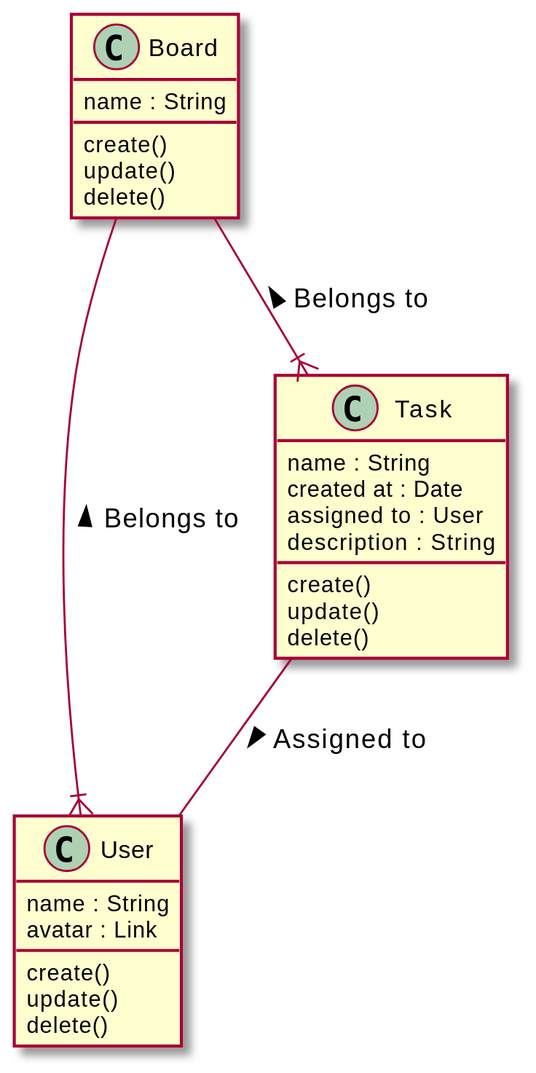
Earlier version of the PlantUML export uml/to_do_board.svg (HFMIRE/To-do-list).
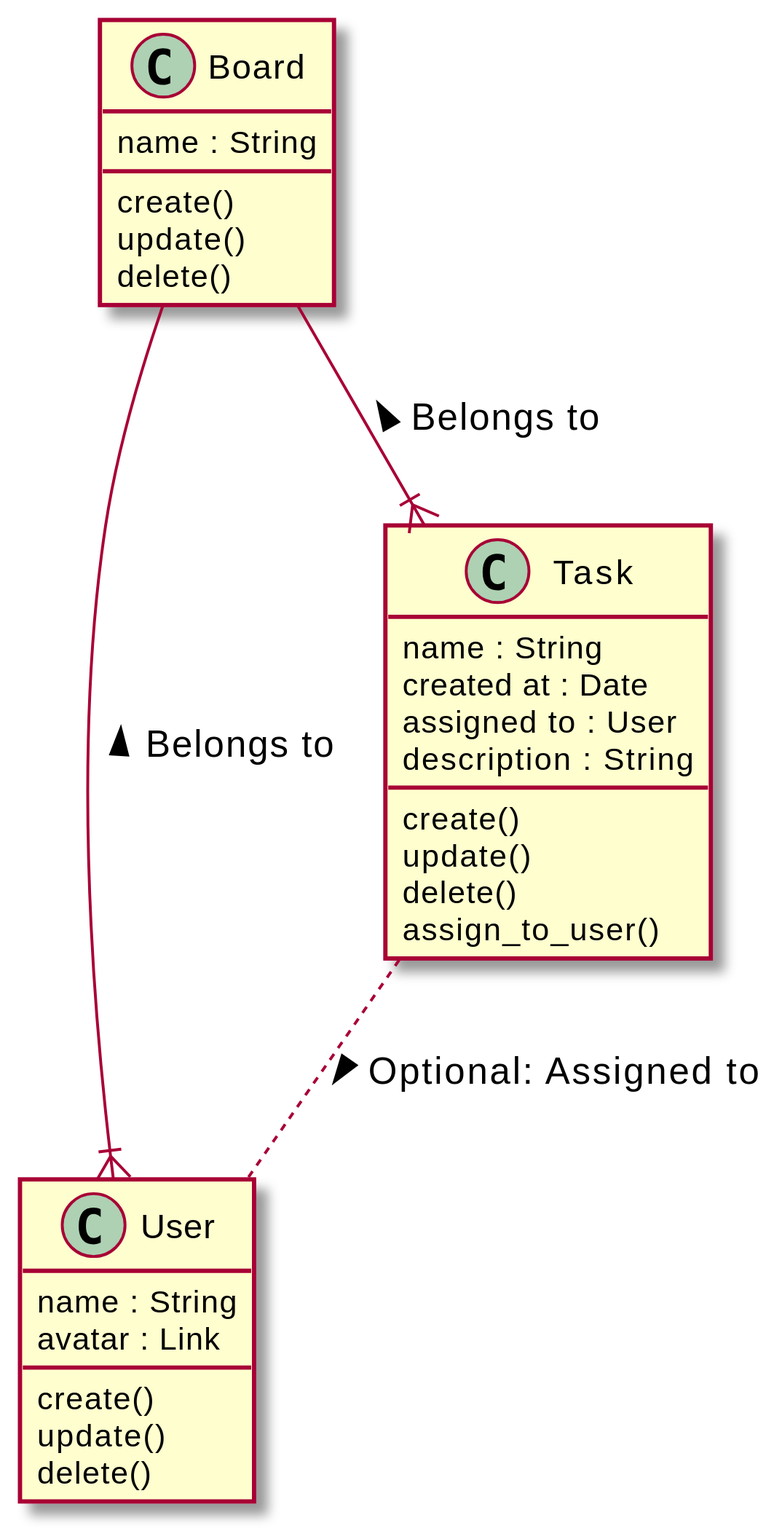
The same file after the commit.

Commit message:
Adding the UML and an SVG view of it

What changed in the source:
```diff
@@ -3,7 +3,7 @@
 
 Board --|{ User : Belongs to <
 Board --|{ Task : Belongs to <
-Task -- User : Assigned to >
+Task .. User : Optional: Assigned to >
 
 
 
@@ -30,6 +30,7 @@
 create()
 update()
 delete()
+assign_to_user()
 }
 
 @enduml
```
